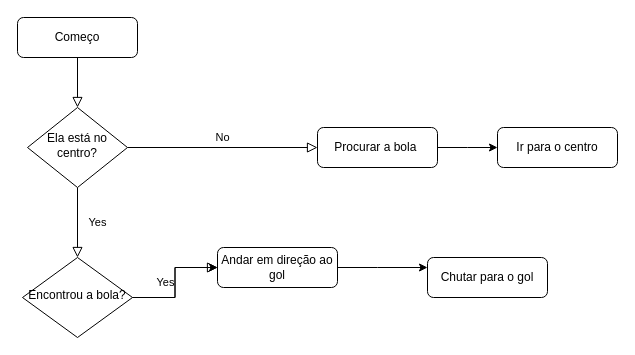
The draw.io diagram page "Ações Gerais" (1 of 4) of Untitled Diagram.drawio in HumanoidPequi/HumanoidPMec_LARC2023, before the edit. Source tidied: cells renumbered, new cells numbered last; positions are measured from the earlier drawing's top-left corner, leaving out a move shared by most shapes. Both pictures are drawn from the tidied source at 100%, with x=0, y=0 at pixel (17, 17).
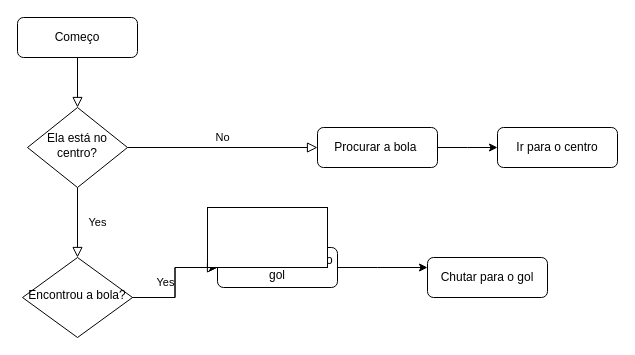
The same page after the edit.

Commit message:
Ações gerais, fluxogramas: hardware, controle, percepção

Change to the diagram source:
```diff
@@
+    <mxCell id="16" style="rounded=0;whiteSpace=wrap;html=1;" parent="1" vertex="1">
+      <mxGeometry x="190" y="190" width="120" height="60" as="geometry" />
+    </mxCell>
+    <mxCell id="17" style="rounded=0;whiteSpace=wrap;html=1;" parent="1" vertex="1">
+      <mxGeometry x="190" y="190" width="120" height="60" as="geometry" />
+    </mxCell>
+    <mxCell id="18" style="rounded=0;whiteSpace=wrap;html=1;" parent="1" vertex="1">
+      <mxGeometry x="190" y="190" width="120" height="60" as="geometry" />
+    </mxCell>
```
